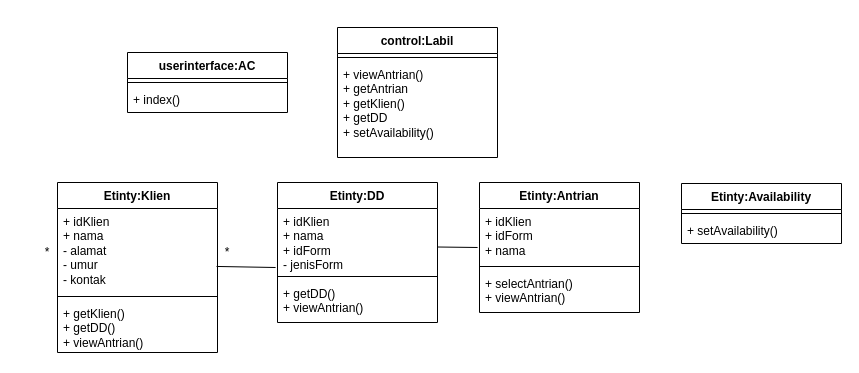
Before: Mini-Proj/Class-Diagram-MN.drawio in mahesri/uml_ads_sms3, a draw.io diagram. Source tidied: cells renumbered, new cells numbered last; positions are measured from the earlier drawing's top-left corner, leaving out a move shared by most shapes. Both pictures are drawn from the tidied source at 100%, with x=0, y=0 at pixel (17, 27).
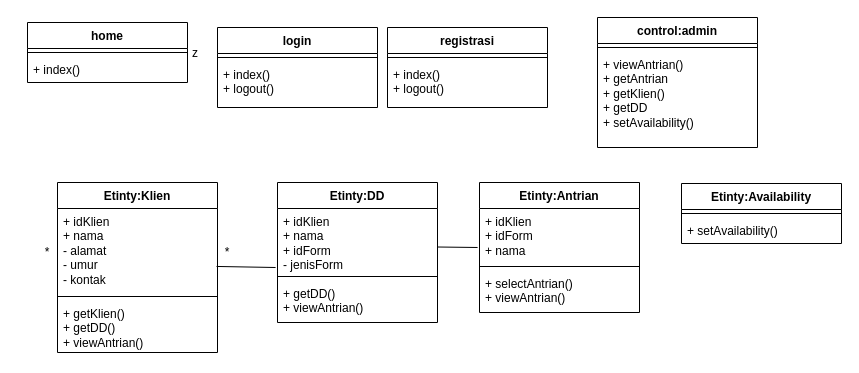
Above is the later version.

Diff of the diagram source:
```diff
@@
-    <mxCell id="10" value="userinterface:AC" style="swimlane;fontStyle=1;align=center;verticalAlign=top;horizontal=1;startSize=26;whiteSpace=wrap;html=1;" parent="1" vertex="1">
-      <mxGeometry x="110" y="25" width="160" height="60" as="geometry" />
+    <mxCell id="10" value="registrasi" style="swimlane;fontStyle=1;align=center;verticalAlign=top;horizontal=1;startSize=26;whiteSpace=wrap;html=1;" parent="1" vertex="1">
+      <mxGeometry x="370" width="160" height="80" as="geometry" />
     </mxCell>
@@
-    <mxCell id="12" value="+ index()" style="text;strokeColor=none;fillColor=none;align=left;verticalAlign=top;spacingLeft=4;spacingRight=4;overflow=hidden;whiteSpace=wrap;html=1;" parent="10" vertex="1">
-      <mxGeometry y="34" width="160" height="26" as="geometry" />
+    <mxCell id="12" value="+ index()&lt;div&gt;+ logout()&lt;/div&gt;" style="text;strokeColor=none;fillColor=none;align=left;verticalAlign=top;spacingLeft=4;spacingRight=4;overflow=hidden;whiteSpace=wrap;html=1;" parent="10" vertex="1">
+      <mxGeometry y="34" width="160" height="46" as="geometry" />
     </mxCell>
-    <mxCell id="13" value="control:Labil" style="swimlane;fontStyle=1;align=center;verticalAlign=top;horizontal=1;startSize=26;whiteSpace=wrap;html=1;" parent="1" vertex="1">
-      <mxGeometry x="320" width="160" height="130" as="geometry" />
+    <mxCell id="13" value="control:admin" style="swimlane;fontStyle=1;align=center;verticalAlign=top;horizontal=1;startSize=26;whiteSpace=wrap;html=1;" parent="1" vertex="1">
+      <mxGeometry x="580" y="-10" width="160" height="130" as="geometry" />
     </mxCell>
@@
+    <mxCell id="27" value="home" style="swimlane;fontStyle=1;align=center;verticalAlign=top;horizontal=1;startSize=26;whiteSpace=wrap;html=1;" parent="1" vertex="1">
+      <mxGeometry x="10" y="-5" width="160" height="60" as="geometry" />
+    </mxCell>
+    <mxCell id="28" value="z" style="line;strokeWidth=1;fillColor=none;align=left;verticalAlign=middle;spacingTop=-1;spacingLeft=3;spacingRight=3;labelPosition=right;strokeColor=inherit;" parent="27" vertex="1">
+      <mxGeometry y="26" width="160" height="8" as="geometry" />
+    </mxCell>
+    <mxCell id="29" value="+ index()" style="text;strokeColor=none;fillColor=none;align=left;verticalAlign=top;spacingLeft=4;spacingRight=4;overflow=hidden;whiteSpace=wrap;html=1;" parent="27" vertex="1">
+      <mxGeometry y="34" width="160" height="26" as="geometry" />
+    </mxCell>
+    <mxCell id="30" value="login" style="swimlane;fontStyle=1;align=center;verticalAlign=top;horizontal=1;startSize=26;whiteSpace=wrap;html=1;" parent="1" vertex="1">
+      <mxGeometry x="200" width="160" height="80" as="geometry" />
+    </mxCell>
+    <mxCell id="31" style="line;strokeWidth=1;fillColor=none;align=left;verticalAlign=middle;spacingTop=-1;spacingLeft=3;spacingRight=3;labelPosition=right;strokeColor=inherit;" parent="30" vertex="1">
+      <mxGeometry y="26" width="160" height="8" as="geometry" />
+    </mxCell>
+    <mxCell id="32" value="+ index()&lt;div&gt;+ logout()&lt;/div&gt;" style="text;strokeColor=none;fillColor=none;align=left;verticalAlign=top;spacingLeft=4;spacingRight=4;overflow=hidden;whiteSpace=wrap;html=1;" parent="30" vertex="1">
+      <mxGeometry y="34" width="160" height="46" as="geometry" />
+    </mxCell>
```
